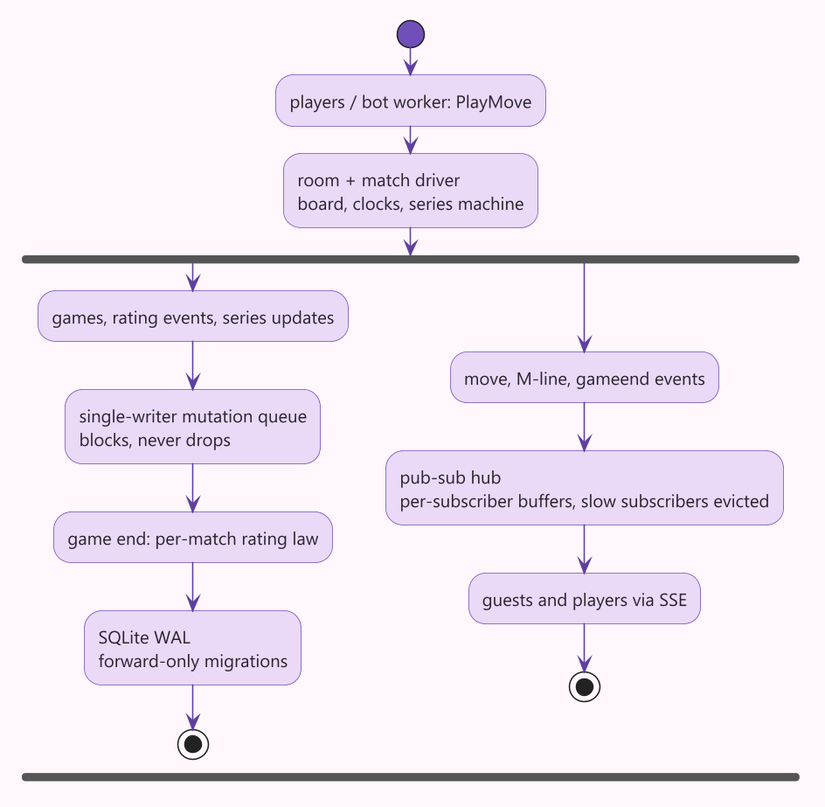
lavantien/caro-ai-pvp keeps this PlantUML diagram as docs/diagrams/room-data-path.png. Above is the earlier version. Its diagram source:
```plantuml
@startuml room-data-path
!include common.iuml
start
:players / bot worker: PlayMove;
:room + match driver\nboard, clocks, series machine;
fork
  :games, rating events, series updates;
  :single-writer mutation queue\nblocks, never drops;
  :game end: per-match rating law;
  :SQLite WAL\nforward-only migrations;
  stop
fork again
  :move, M-line, gameend events;
  :pub-sub hub\nper-subscriber buffers, slow subscribers evicted;
  :guests and players via SSE;
  stop
end fork
@enduml
```
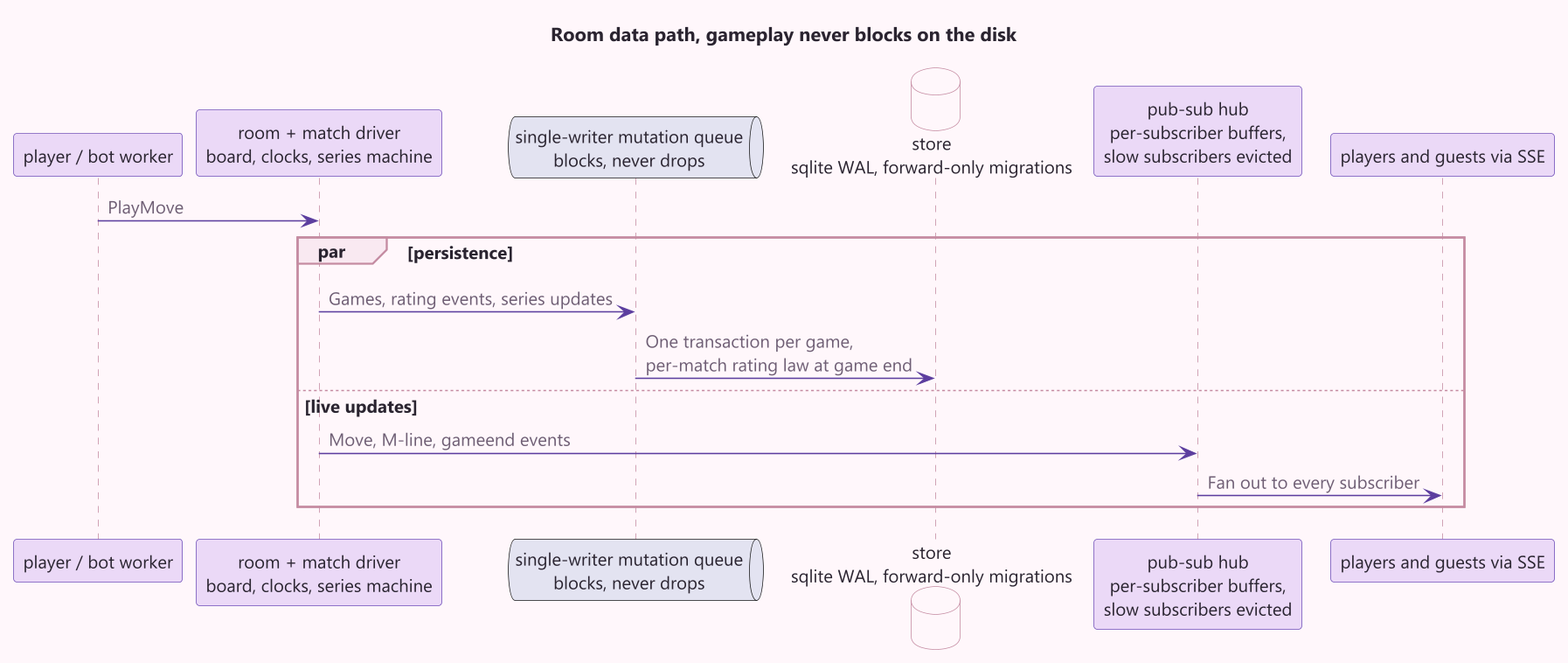
After the commit.

What changed in the source:
```diff
@@ -1,18 +1,20 @@
 @startuml room-data-path
 !include common.iuml
-start
-:players / bot worker: PlayMove;
-:room + match driver\nboard, clocks, series machine;
-fork
-  :games, rating events, series updates;
-  :single-writer mutation queue\nblocks, never drops;
-  :game end: per-match rating law;
-  :SQLite WAL\nforward-only migrations;
-  stop
-fork again
-  :move, M-line, gameend events;
-  :pub-sub hub\nper-subscriber buffers, slow subscribers evicted;
-  :guests and players via SSE;
-  stop
-end fork
+title Room data path, gameplay never blocks on the disk
+
+participant "player / bot worker" as player
+participant "room + match driver\nboard, clocks, series machine" as room
+queue "single-writer mutation queue\nblocks, never drops" as wq
+database "store\nsqlite WAL, forward-only migrations" as store
+participant "pub-sub hub\nper-subscriber buffers,\nslow subscribers evicted" as hub
+participant "players and guests via SSE" as sse
+
+player -> room : PlayMove
+par persistence
+  room -> wq : Games, rating events, series updates
+  wq -> store : One transaction per game,\nper-match rating law at game end
+else live updates
+  room -> hub : Move, M-line, gameend events
+  hub -> sse : Fan out to every subscriber
+end
 @enduml
```
